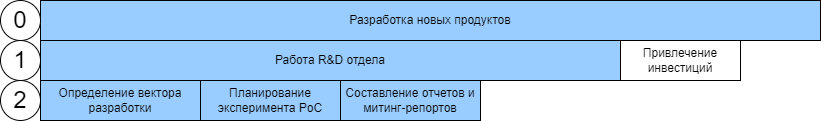
biblelover1/main_repo keeps this draw.io diagram as Projects/Business_process/Untitled Diagram.drawio.png. Above is the earlier version. Source tidied: cells renumbered, new cells last; positions are measured from the earlier drawing's top-left corner, leaving out a move shared by most shapes. Source of this version:
```xml
<mxGraphModel>
  <root>
    <mxCell id="0" />
    <mxCell id="1" parent="0" />
    <mxCell id="2" value="Разработка новых продуктов" style="rounded=0;whiteSpace=wrap;html=1;fillColor=#99CCFF;" parent="1" vertex="1">
      <mxGeometry x="40" width="780" height="40" as="geometry" />
    </mxCell>
    <mxCell id="3" value="&lt;font style=&quot;font-size: 24px;&quot;&gt;0&lt;/font&gt;" style="ellipse;whiteSpace=wrap;html=1;" parent="1" vertex="1">
      <mxGeometry width="40" height="40" as="geometry" />
    </mxCell>
    <mxCell id="4" value="&lt;font style=&quot;font-size: 24px;&quot;&gt;1&lt;/font&gt;" style="ellipse;whiteSpace=wrap;html=1;" parent="1" vertex="1">
      <mxGeometry y="40" width="40" height="40" as="geometry" />
    </mxCell>
    <mxCell id="5" value="&lt;font style=&quot;font-size: 24px;&quot;&gt;2&lt;/font&gt;" style="ellipse;whiteSpace=wrap;html=1;" parent="1" vertex="1">
      <mxGeometry y="80" width="40" height="40" as="geometry" />
    </mxCell>
    <mxCell id="6" value="Работа R&amp;amp;D отдела" style="rounded=0;whiteSpace=wrap;html=1;fillColor=#99CCFF;" parent="1" vertex="1">
      <mxGeometry x="40" y="40" width="580" height="40" as="geometry" />
    </mxCell>
    <mxCell id="7" value="Привлечение инвестиций" style="rounded=0;whiteSpace=wrap;html=1;" parent="1" vertex="1">
      <mxGeometry x="620" y="40" width="120" height="40" as="geometry" />
    </mxCell>
    <mxCell id="8" value="Определение вектора разработки" style="rounded=0;whiteSpace=wrap;html=1;fillColor=#99CCFF;" parent="1" vertex="1">
      <mxGeometry x="40" y="80" width="160" height="40" as="geometry" />
    </mxCell>
    <mxCell id="9" value="Планирование эксперимента PoC" style="rounded=0;whiteSpace=wrap;html=1;fillColor=#99CCFF;" parent="1" vertex="1">
      <mxGeometry x="200" y="80" width="140" height="40" as="geometry" />
    </mxCell>
    <mxCell id="10" value="Составление отчетов и митинг-репортов" style="rounded=0;whiteSpace=wrap;html=1;fillColor=#99CCFF;" parent="1" vertex="1">
      <mxGeometry x="340" y="80" width="140" height="40" as="geometry" />
    </mxCell>
  </root>
</mxGraphModel>
```
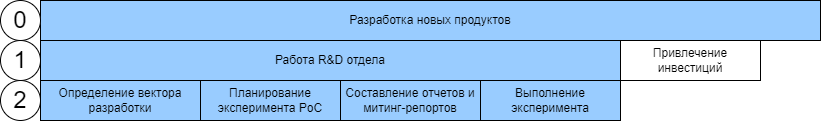
After the commit.

Diff of the diagram source:
```diff
@@ -18,7 +18,7 @@
       <mxGeometry x="40" y="40" width="580" height="40" as="geometry" />
     </mxCell>
     <mxCell id="7" value="Привлечение инвестиций" style="rounded=0;whiteSpace=wrap;html=1;" parent="1" vertex="1">
-      <mxGeometry x="620" y="40" width="120" height="40" as="geometry" />
+      <mxGeometry x="620" y="40" width="140" height="40" as="geometry" />
     </mxCell>
     <mxCell id="8" value="Определение вектора разработки" style="rounded=0;whiteSpace=wrap;html=1;fillColor=#99CCFF;" parent="1" vertex="1">
       <mxGeometry x="40" y="80" width="160" height="40" as="geometry" />
@@ -29,5 +29,8 @@
     <mxCell id="10" value="Составление отчетов и митинг-репортов" style="rounded=0;whiteSpace=wrap;html=1;fillColor=#99CCFF;" parent="1" vertex="1">
       <mxGeometry x="340" y="80" width="140" height="40" as="geometry" />
     </mxCell>
+    <mxCell id="11" value="Выполнение эксперимента" style="rounded=0;whiteSpace=wrap;html=1;fillColor=#99CCFF;" parent="1" vertex="1">
+      <mxGeometry x="480" y="80" width="140" height="40" as="geometry" />
+    </mxCell>
   </root>
 </mxGraphModel>
```
